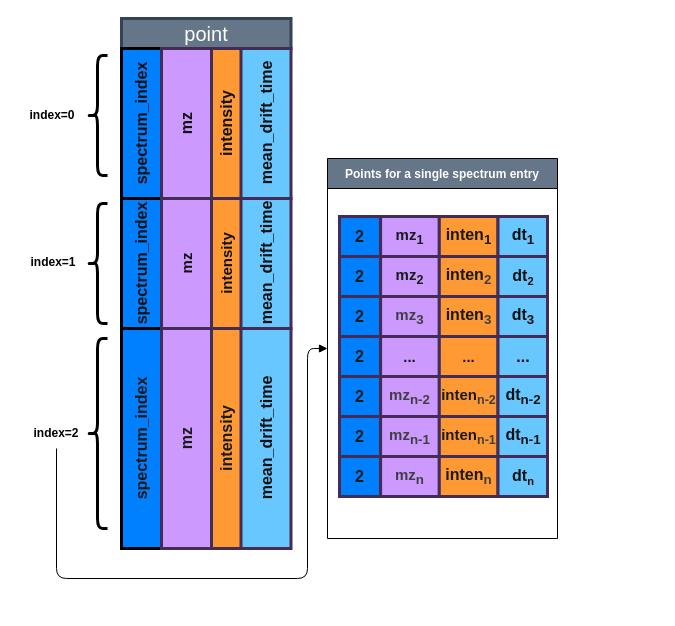
HUPO-PSI/mzPeak-specification keeps this draw.io diagram as docs/assets/img/point_layout.drawio. Above is the earlier version. Source tidied: cells renumbered, new cells numbered last; positions are measured from the earlier drawing's top-left corner, leaving out a move shared by most shapes. Both pictures are drawn from the tidied source at 100%, with x=0, y=0 at pixel (17, 18).
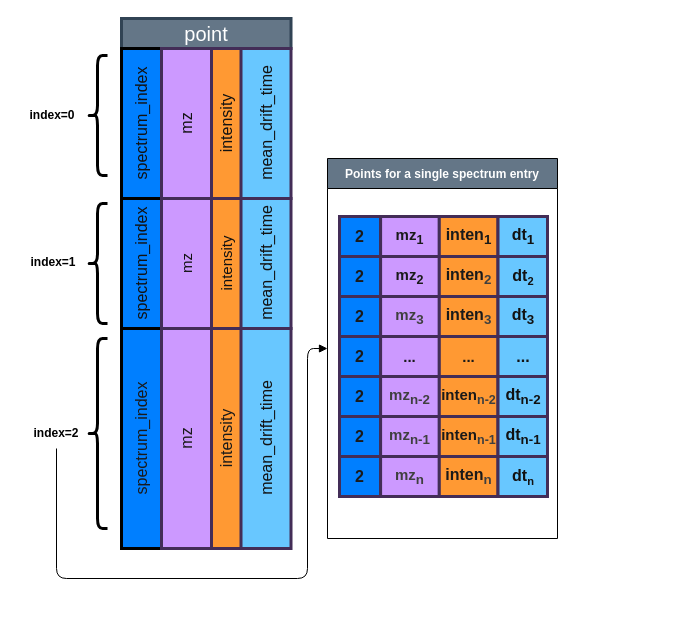
After the change.

Unchanged cells that the change refers to:
```xml
<mxCell id="3" style="group;" parent="2" vertex="1">
  <mxGeometry x="-80" y="-70" width="358.5" height="510" as="geometry" />
</mxCell>
<mxCell id="23" value="Points for a single spectrum entry" style="swimlane;startSize=30;fillColor=light-dark(#647687,#B3B3B3);fontColor=light-dark(#FFFFFF,#999999);" parent="2" vertex="1">
  <mxGeometry x="230" y="70" width="230" height="380" as="geometry" />
</mxCell>
```

What changed in the source:
```diff
@@
-    <mxCell id="2" style="group;" parent="1" vertex="1">
+    <mxCell id="2" style="group;fontStyle=1;" parent="1" vertex="1">
       <mxGeometry x="80" y="70" width="561" height="520" as="geometry" />
     </mxCell>
@@
-    <mxCell id="5" value="&lt;span style=&quot;&quot;&gt;spectrum_index&lt;/span&gt;" style="rounded=0;whiteSpace=wrap;html=1;rotation=-90;fillColor=light-dark(#007FFF,#00FFFF);fontSize=16;strokeWidth=3;fontStyle=1;fontColor=light-dark(#121212,#FFFFFF);" parent="3" vertex="1">
+    <mxCell id="5" value="&lt;span style=&quot;font-weight: normal;&quot;&gt;spectrum_index&lt;/span&gt;" style="rounded=0;whiteSpace=wrap;html=1;rotation=-90;fillColor=light-dark(#007FFF,#00FFFF);fontSize=16;strokeWidth=3;fontStyle=1;fontColor=light-dark(#121212,#FFFFFF);" parent="3" vertex="1">
       <mxGeometry x="49" y="85" width="150" height="40" as="geometry" />
     </mxCell>
-    <mxCell id="6" value="&lt;span style=&quot;&quot;&gt;spectrum_index&lt;/span&gt;" style="rounded=0;whiteSpace=wrap;html=1;rotation=-90;fillColor=light-dark(#007FFF,#00FFFF);fontSize=16;strokeWidth=3;fontStyle=1;fontColor=light-dark(#121212,#FFFFFF);" parent="3" vertex="1">
+    <mxCell id="6" value="&lt;span style=&quot;font-weight: normal;&quot;&gt;spectrum_index&lt;/span&gt;" style="rounded=0;whiteSpace=wrap;html=1;rotation=-90;fillColor=light-dark(#007FFF,#00FFFF);fontSize=16;strokeWidth=3;fontStyle=1;fontColor=light-dark(#121212,#FFFFFF);" parent="3" vertex="1">
       <mxGeometry x="59" y="225" width="130" height="40" as="geometry" />
     </mxCell>
-    <mxCell id="7" value="&lt;span style=&quot;&quot;&gt;spectrum_index&lt;/span&gt;" style="rounded=0;whiteSpace=wrap;html=1;rotation=-90;fillColor=light-dark(#007FFF,#00FFFF);fontSize=16;strokeWidth=3;fontStyle=1;fontColor=#1A1A1A;" parent="3" vertex="1">
+    <mxCell id="7" value="&lt;span style=&quot;font-weight: normal;&quot;&gt;spectrum_index&lt;/span&gt;" style="rounded=0;whiteSpace=wrap;html=1;rotation=-90;fillColor=light-dark(#007FFF,#00FFFF);fontSize=16;strokeWidth=3;fontStyle=1;fontColor=#1A1A1A;" parent="3" vertex="1">
       <mxGeometry x="14" y="400" width="220" height="40" as="geometry" />
     </mxCell>
-    <mxCell id="8" value="mz" style="rounded=0;whiteSpace=wrap;html=1;rotation=-90;fillColor=light-dark(#CC99FF,#7F00FF);fontColor=light-dark(#121212,#FFFFFF);strokeColor=#432D57;fontSize=16;strokeWidth=3;fontStyle=1;" parent="3" vertex="1">
+    <mxCell id="8" value="&lt;span style=&quot;font-weight: normal;&quot;&gt;mz&lt;/span&gt;" style="rounded=0;whiteSpace=wrap;html=1;rotation=-90;fillColor=light-dark(#CC99FF,#7F00FF);fontColor=light-dark(#121212,#FFFFFF);strokeColor=#432D57;fontSize=16;strokeWidth=3;fontStyle=1;" parent="3" vertex="1">
       <mxGeometry x="94" y="80" width="150" height="50" as="geometry" />
     </mxCell>
-    <mxCell id="9" value="&lt;font style=&quot;font-size: 15px;&quot;&gt;mz&lt;/font&gt;" style="rounded=0;whiteSpace=wrap;html=1;rotation=-90;fillColor=light-dark(#CC99FF,#7F00FF);fontColor=light-dark(#121212,#FFFFFF);strokeColor=#432D57;fontSize=16;strokeWidth=3;fontStyle=1;" parent="3" vertex="1">
+    <mxCell id="9" value="&lt;font style=&quot;font-size: 15px; font-weight: normal;&quot;&gt;mz&lt;/font&gt;" style="rounded=0;whiteSpace=wrap;html=1;rotation=-90;fillColor=light-dark(#CC99FF,#7F00FF);fontColor=light-dark(#121212,#FFFFFF);strokeColor=#432D57;fontSize=16;strokeWidth=3;fontStyle=1;" parent="3" vertex="1">
       <mxGeometry x="104" y="220" width="130" height="50" as="geometry" />
     </mxCell>
-    <mxCell id="10" value="mz" style="rounded=0;whiteSpace=wrap;html=1;rotation=-90;fillColor=light-dark(#CC99FF,#7F00FF);fontColor=#1A1A1A;strokeColor=#432D57;fontSize=16;strokeWidth=3;fontStyle=1;" parent="3" vertex="1">
+    <mxCell id="10" value="&lt;span style=&quot;font-weight: normal;&quot;&gt;mz&lt;/span&gt;" style="rounded=0;whiteSpace=wrap;html=1;rotation=-90;fillColor=light-dark(#CC99FF,#7F00FF);fontColor=#1A1A1A;strokeColor=#432D57;fontSize=16;strokeWidth=3;fontStyle=1;" parent="3" vertex="1">
       <mxGeometry x="59" y="395" width="220" height="50" as="geometry" />
     </mxCell>
-    <mxCell id="11" value="intensity" style="rounded=0;whiteSpace=wrap;html=1;rotation=-90;fillColor=light-dark(#FF9933,#CC99FF);fontColor=light-dark(#121212,#FFFFFF);strokeColor=#432D57;fontSize=16;strokeWidth=3;fontStyle=1;" parent="3" vertex="1">
+    <mxCell id="11" value="&lt;span style=&quot;font-weight: normal;&quot;&gt;intensity&lt;/span&gt;" style="rounded=0;whiteSpace=wrap;html=1;rotation=-90;fillColor=light-dark(#FF9933,#CC99FF);fontColor=light-dark(#121212,#FFFFFF);strokeColor=#432D57;fontSize=16;strokeWidth=3;fontStyle=1;" parent="3" vertex="1">
       <mxGeometry x="134" y="90" width="150" height="30" as="geometry" />
     </mxCell>
-    <mxCell id="12" value="&lt;font style=&quot;font-size: 15px;&quot;&gt;intensity&lt;/font&gt;" style="rounded=0;whiteSpace=wrap;html=1;rotation=-90;fillColor=light-dark(#FF9933,#CC99FF);fontColor=light-dark(#121212,#FFFFFF);strokeColor=#432D57;fontSize=16;strokeWidth=3;fontStyle=1;" parent="3" vertex="1">
+    <mxCell id="12" value="&lt;font style=&quot;font-size: 15px; font-weight: normal;&quot;&gt;intensity&lt;/font&gt;" style="rounded=0;whiteSpace=wrap;html=1;rotation=-90;fillColor=light-dark(#FF9933,#CC99FF);fontColor=light-dark(#121212,#FFFFFF);strokeColor=#432D57;fontSize=16;strokeWidth=3;fontStyle=1;" parent="3" vertex="1">
       <mxGeometry x="144" y="230" width="130" height="30" as="geometry" />
     </mxCell>
-    <mxCell id="13" value="intensity" style="rounded=0;whiteSpace=wrap;html=1;rotation=-90;fillColor=light-dark(#FF9933,#CC99FF);fontColor=#1A1A1A;strokeColor=#432D57;fontSize=16;strokeWidth=3;fontStyle=1;" parent="3" vertex="1">
+    <mxCell id="13" value="&lt;span style=&quot;font-weight: normal;&quot;&gt;intensity&lt;/span&gt;" style="rounded=0;whiteSpace=wrap;html=1;rotation=-90;fillColor=light-dark(#FF9933,#CC99FF);fontColor=#1A1A1A;strokeColor=#432D57;fontSize=16;strokeWidth=3;fontStyle=1;" parent="3" vertex="1">
       <mxGeometry x="99" y="405" width="220" height="30" as="geometry" />
     </mxCell>
@@
-    <mxCell id="19" value="mean_drift_time" style="rounded=0;whiteSpace=wrap;html=1;rotation=-90;fillColor=light-dark(#68C7FF,#7F00FF);fontColor=light-dark(#121212,#FFFFFF);strokeColor=#432D57;fontSize=16;strokeWidth=3;fontStyle=1;" parent="3" vertex="1">
+    <mxCell id="19" value="&lt;span style=&quot;font-weight: normal;&quot;&gt;mean_drift_time&lt;/span&gt;" style="rounded=0;whiteSpace=wrap;html=1;rotation=-90;fillColor=light-dark(#68C7FF,#7F00FF);fontColor=light-dark(#121212,#FFFFFF);strokeColor=#432D57;fontSize=16;strokeWidth=3;fontStyle=1;" parent="3" vertex="1">
       <mxGeometry x="173.5" y="80" width="150" height="50" as="geometry" />
     </mxCell>
-    <mxCell id="20" value="&lt;span style=&quot;color: rgb(18, 18, 18);&quot;&gt;mean_drift_time&lt;/span&gt;" style="rounded=0;whiteSpace=wrap;html=1;rotation=-90;fillColor=light-dark(#68C7FF,#7F00FF);fontColor=light-dark(#121212,#FFFFFF);strokeColor=#432D57;fontSize=16;strokeWidth=3;fontStyle=1;" parent="3" vertex="1">
+    <mxCell id="20" value="&lt;span style=&quot;color: rgb(18, 18, 18); font-weight: normal;&quot;&gt;mean_drift_time&lt;/span&gt;" style="rounded=0;whiteSpace=wrap;html=1;rotation=-90;fillColor=light-dark(#68C7FF,#7F00FF);fontColor=light-dark(#121212,#FFFFFF);strokeColor=#432D57;fontSize=16;strokeWidth=3;fontStyle=1;" parent="3" vertex="1">
       <mxGeometry x="183.5" y="220" width="130" height="50" as="geometry" />
     </mxCell>
-    <mxCell id="21" value="&lt;span style=&quot;color: rgb(18, 18, 18);&quot;&gt;mean_drift_time&lt;/span&gt;" style="rounded=0;whiteSpace=wrap;html=1;rotation=-90;fillColor=light-dark(#68C7FF,#7F00FF);fontColor=#1A1A1A;strokeColor=#432D57;fontSize=16;strokeWidth=3;fontStyle=1;" parent="3" vertex="1">
+    <mxCell id="21" value="&lt;span style=&quot;color: rgb(18, 18, 18); font-weight: normal;&quot;&gt;mean_drift_time&lt;/span&gt;" style="rounded=0;whiteSpace=wrap;html=1;rotation=-90;fillColor=light-dark(#68C7FF,#7F00FF);fontColor=#1A1A1A;strokeColor=#432D57;fontSize=16;strokeWidth=3;fontStyle=1;" parent="3" vertex="1">
       <mxGeometry x="138.5" y="395" width="220" height="50" as="geometry" />
     </mxCell>
@@
-    <mxCell id="24" style="group;" parent="23" vertex="1">
+    <mxCell id="24" style="group;fontColor=light-dark(#ffffff, #ededed);" parent="23" vertex="1">
       <mxGeometry x="12" y="58" width="208" height="280" as="geometry" />
     </mxCell>
```
